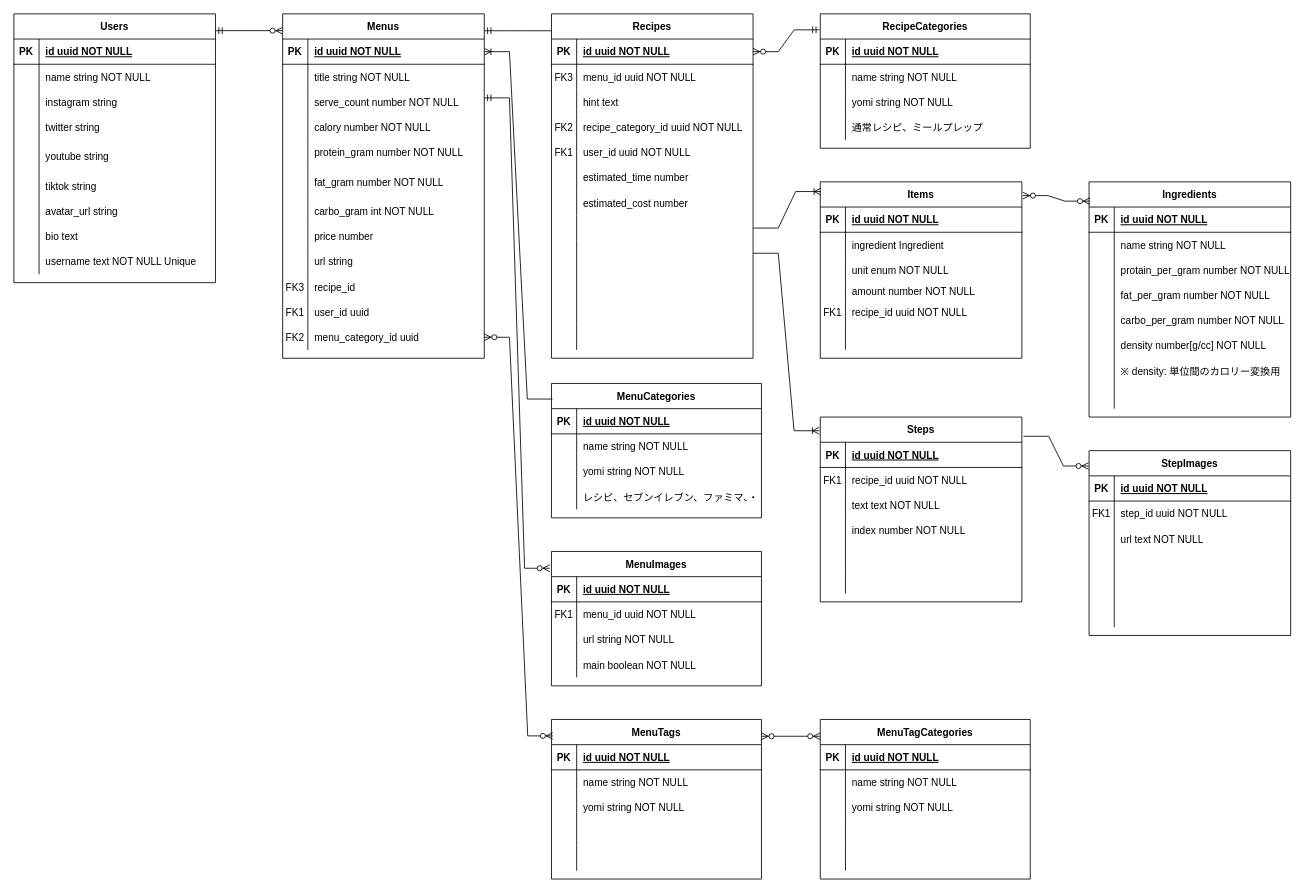
shuheitachikawa/db_design keeps this draw.io diagram as 名称未設定ファイル.drawio. Above is the earlier version. Source tidied: cells renumbered, new cells numbered last; positions are measured from the earlier drawing's top-left corner, leaving out a move shared by most shapes. Both pictures are drawn from the tidied source at 84%, with x=0, y=0 at pixel (13, 13).
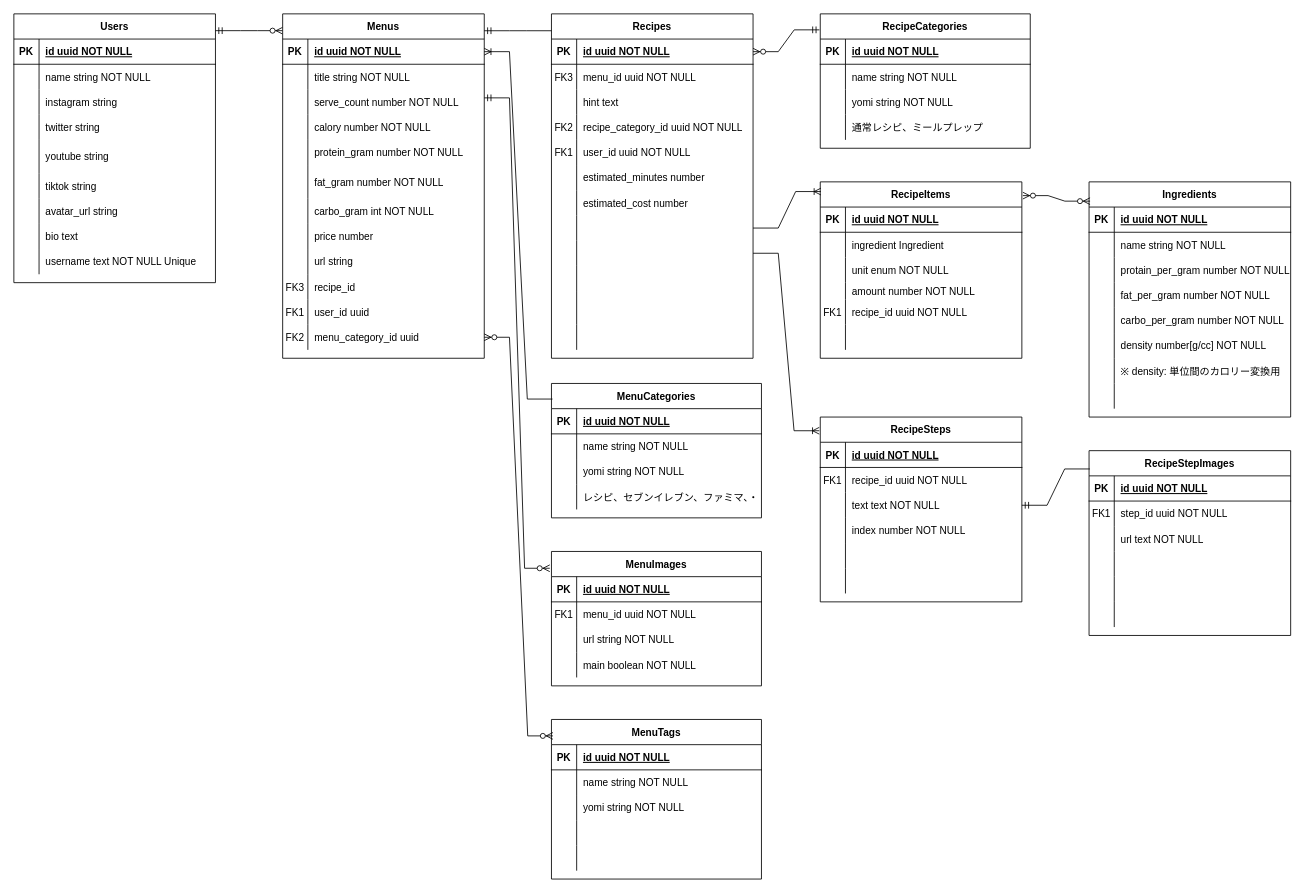
The same page after the edit.

Commit message:
名称未設定ファイル.drawio を更新します

Unchanged cells that the change refers to:
```xml
<mxCell id="31" style="shape=partialRectangle;fillColor=none;top=0;left=0;right=0;bottom=0;" parent="15" vertex="1">
  <mxGeometry y="180" width="240" height="30" as="geometry" />
</mxCell>
<mxCell id="136" style="shape=partialRectangle;fillColor=none;points=[[0,0.5],[1,0.5]];portConstraint=eastwest;top=0;left=0;right=0;bottom=0;" parent="129" vertex="1">
  <mxGeometry y="90" width="240" height="30" as="geometry" />
</mxCell>
```

Change to the diagram source:
```diff
@@
-    <mxCell id="33" value="estimated_time number" style="shape=partialRectangle;overflow=hidden;fillColor=none;top=0;left=0;bottom=0;right=0;align=left;spacingLeft=6;" parent="31" vertex="1">
+    <mxCell id="33" value="estimated_minutes number" style="shape=partialRectangle;overflow=hidden;fillColor=none;top=0;left=0;bottom=0;right=0;align=left;spacingLeft=6;" parent="31" vertex="1">
       <mxGeometry x="30" width="210" height="30" as="geometry" />
     </mxCell>
@@
-    <mxCell id="83" value="Items" style="shape=table;startSize=30;childLayout=tableLayout;rowLines=0;fontStyle=1;align=center;" parent="1" vertex="1">
+    <mxCell id="83" value="RecipeItems" style="shape=table;startSize=30;childLayout=tableLayout;rowLines=0;fontStyle=1;align=center;" parent="1" vertex="1">
       <mxGeometry x="960" y="200" width="240" height="210" as="geometry" />
     </mxCell>
@@
-    <mxCell id="129" value="Steps" style="shape=table;startSize=30;childLayout=tableLayout;rowLines=0;fontStyle=1;align=center;" parent="1" vertex="1">
+    <mxCell id="129" value="RecipeSteps" style="shape=table;startSize=30;childLayout=tableLayout;rowLines=0;fontStyle=1;align=center;" parent="1" vertex="1">
       <mxGeometry x="960" y="480" width="240" height="220" as="geometry" />
     </mxCell>
@@
-    <mxCell id="149" value="MenuTagCategories" style="shape=table;startSize=30;childLayout=tableLayout;rowLines=0;fontStyle=1;align=center;" parent="1" vertex="1">
-      <mxGeometry x="960" y="840" width="250" height="190" as="geometry" />
-    </mxCell>
-    <mxCell id="150" style="shape=partialRectangle;fillColor=none;top=0;left=0;right=0;bottom=1;" parent="149" vertex="1">
-      <mxGeometry y="30" width="250" height="30" as="geometry" />
-    </mxCell>
-    <mxCell id="151" value="PK" style="shape=partialRectangle;overflow=hidden;fillColor=none;top=0;left=0;bottom=0;right=0;fontStyle=1;" parent="150" vertex="1">
-      <mxGeometry width="30" height="30" as="geometry" />
-    </mxCell>
-    <mxCell id="152" value="id uuid NOT NULL " style="shape=partialRectangle;overflow=hidden;fillColor=none;top=0;left=0;bottom=0;right=0;align=left;spacingLeft=6;fontStyle=5;" parent="150" vertex="1">
-      <mxGeometry x="30" width="220" height="30" as="geometry" />
-    </mxCell>
-    <mxCell id="153" style="shape=partialRectangle;fillColor=none;top=0;left=0;right=0;bottom=0;" parent="149" vertex="1">
-      <mxGeometry y="60" width="250" height="30" as="geometry" />
-    </mxCell>
-    <mxCell id="154" style="shape=partialRectangle;overflow=hidden;fillColor=none;top=0;left=0;bottom=0;right=0;" parent="153" vertex="1">
-      <mxGeometry width="30" height="30" as="geometry" />
-    </mxCell>
-    <mxCell id="155" value="name string NOT NULL" style="shape=partialRectangle;overflow=hidden;fillColor=none;top=0;left=0;bottom=0;right=0;align=left;spacingLeft=6;" parent="153" vertex="1">
-      <mxGeometry x="30" width="220" height="30" as="geometry" />
-    </mxCell>
-    <mxCell id="156" style="shape=partialRectangle;fillColor=none;top=0;left=0;right=0;bottom=0;" parent="149" vertex="1">
-      <mxGeometry y="90" width="250" height="30" as="geometry" />
-    </mxCell>
-    <mxCell id="157" style="shape=partialRectangle;overflow=hidden;fillColor=none;top=0;left=0;bottom=0;right=0;" parent="156" vertex="1">
-      <mxGeometry width="30" height="30" as="geometry" />
-    </mxCell>
-    <mxCell id="158" value="yomi string NOT NULL" style="shape=partialRectangle;overflow=hidden;fillColor=none;top=0;left=0;bottom=0;right=0;align=left;spacingLeft=6;" parent="156" vertex="1">
-      <mxGeometry x="30" width="220" height="30" as="geometry" />
-    </mxCell>
-    <mxCell id="159" style="shape=partialRectangle;fillColor=none;top=0;left=0;right=0;bottom=0;" parent="149" vertex="1">
-      <mxGeometry y="120" width="250" height="30" as="geometry" />
-    </mxCell>
-    <mxCell id="160" style="shape=partialRectangle;overflow=hidden;fillColor=none;top=0;left=0;bottom=0;right=0;" parent="159" vertex="1">
-      <mxGeometry width="30" height="30" as="geometry" />
-    </mxCell>
-    <mxCell id="161" style="shape=partialRectangle;overflow=hidden;fillColor=none;top=0;left=0;bottom=0;right=0;align=left;spacingLeft=6;" parent="159" vertex="1">
-      <mxGeometry x="30" width="220" height="30" as="geometry" />
-    </mxCell>
-    <mxCell id="162" style="shape=partialRectangle;fillColor=none;top=0;left=0;right=0;bottom=0;" parent="149" vertex="1">
-      <mxGeometry y="150" width="250" height="30" as="geometry" />
-    </mxCell>
-    <mxCell id="163" style="shape=partialRectangle;overflow=hidden;fillColor=none;top=0;left=0;bottom=0;right=0;" parent="162" vertex="1">
-      <mxGeometry width="30" height="30" as="geometry" />
-    </mxCell>
-    <mxCell id="164" style="shape=partialRectangle;overflow=hidden;fillColor=none;top=0;left=0;bottom=0;right=0;align=left;spacingLeft=6;" parent="162" vertex="1">
-      <mxGeometry x="30" width="220" height="30" as="geometry" />
-    </mxCell>
-    <mxCell id="165" style="edgeStyle=entityRelationEdgeStyle;fontSize=12;html=1;endArrow=ERzeroToMany;endFill=1;startArrow=ERzeroToMany;rounded=0;exitX=1.005;exitY=0.078;exitDx=0;exitDy=0;exitPerimeter=0;" parent="1" edge="1">
-      <mxGeometry relative="1" as="geometry">
-        <mxPoint x="890" y="860" as="sourcePoint" />
-        <mxPoint x="960" y="860" as="targetPoint" />
-      </mxGeometry>
-    </mxCell>
@@
-    <mxCell id="194" value="StepImages" style="shape=table;startSize=30;childLayout=tableLayout;rowLines=0;fontStyle=1;align=center;" parent="1" vertex="1">
+    <mxCell id="194" value="RecipeStepImages" style="shape=table;startSize=30;childLayout=tableLayout;rowLines=0;fontStyle=1;align=center;" parent="1" vertex="1">
       <mxGeometry x="1280" y="520" width="240" height="220" as="geometry" />
     </mxCell>
@@
-    <mxCell id="213" style="edgeStyle=entityRelationEdgeStyle;fontSize=12;html=1;endArrow=ERzeroToMany;endFill=1;rounded=0;entryX=-0.002;entryY=0.083;entryDx=0;entryDy=0;entryPerimeter=0;exitX=1.008;exitY=0.104;exitDx=0;exitDy=0;exitPerimeter=0;" parent="1" edge="1" source="129" target="194">
-      <mxGeometry relative="1" as="geometry" />
-    </mxCell>
@@
+    <mxCell id="268" style="edgeStyle=entityRelationEdgeStyle;fontSize=12;html=1;endArrow=ERmandOne;rounded=0;exitX=0.004;exitY=0.099;exitDx=0;exitDy=0;exitPerimeter=0;" parent="1" edge="1" source="194" target="136">
+      <mxGeometry relative="1" as="geometry" />
+    </mxCell>
```
